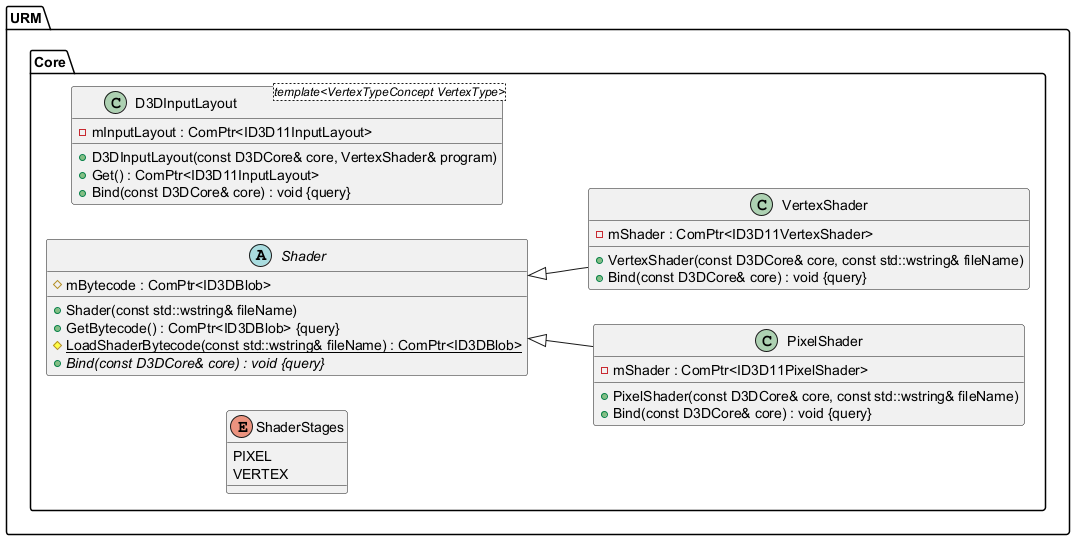
Before: Latex/images/UML/shader.png, a diagram exported from PlantUML (MinikPLayer/MasterThesis_UniversalRenderingModule_D3D11).
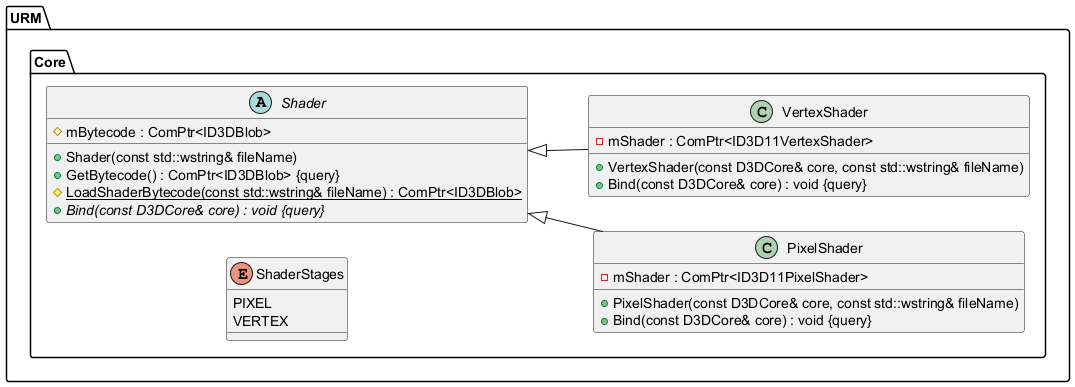
Above is the later version.

Diff of the diagram source:
```diff
@@ -8,13 +8,6 @@
 
 namespace URM {
 	namespace Core {
-		class D3DInputLayout <template<VertexTypeConcept VertexType>> {
-			+D3DInputLayout(const D3DCore& core, VertexShader& program)
-			+Get() : ComPtr<ID3D11InputLayout>
-			-mInputLayout : ComPtr<ID3D11InputLayout>
-			+Bind(const D3DCore& core) : void {query}
-		}
-
 		class PixelShader {
 			+PixelShader(const D3DCore& core, const std::wstring& fileName)
 			-mShader : ComPtr<ID3D11PixelShader>
```
